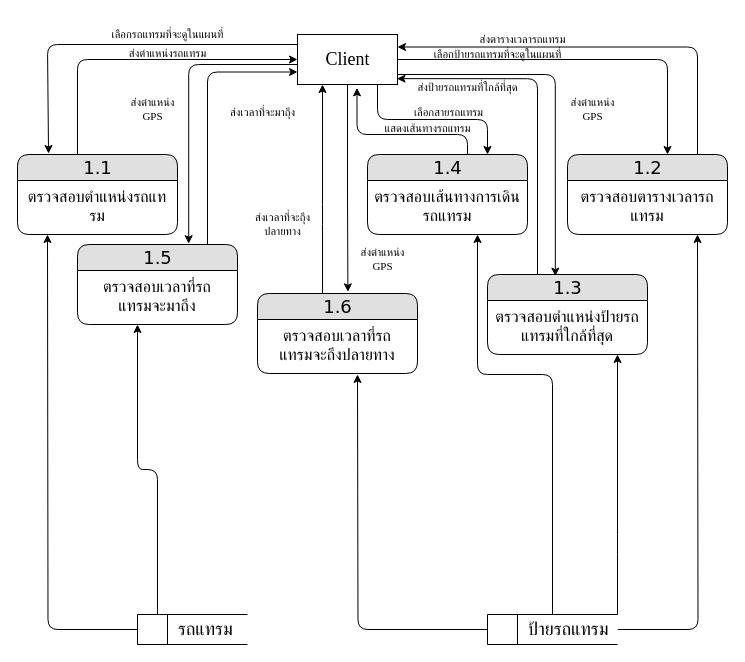
Domineice/Tram_tracking_draft keeps this draw.io diagram as page "1" (3 of 3) of data_flow.drawio. Above is the earlier version. Source tidied: cells renumbered, new cells numbered last; positions are measured from the earlier drawing's top-left corner, leaving out a move shared by most shapes. Both pictures are drawn from the tidied source at 100%, with x=0, y=0 at pixel (17, 17).
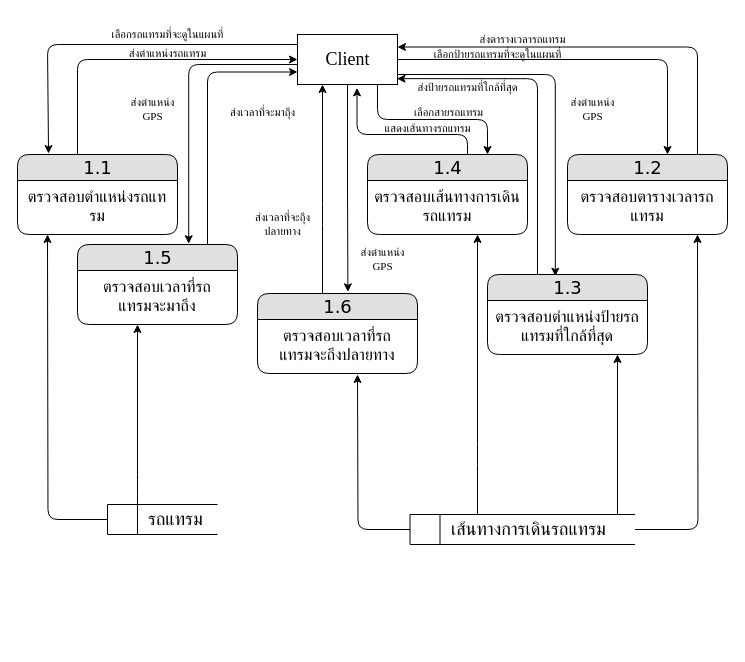
Above is the later version.

Change to the diagram source:
```diff
@@
     <mxCell id="10" style="edgeStyle=orthogonalEdgeStyle;rounded=1;jettySize=auto;html=1;fontFamily=Times New Roman;fontSize=11;" parent="1" edge="1" source="11">
       <mxGeometry relative="1" as="geometry">
         <mxPoint x="120" y="307" as="targetPoint" />
         <Array as="points">
-          <mxPoint x="140" y="452" />
-          <mxPoint x="120" y="452" />
+          <mxPoint x="120" y="467" />
+          <mxPoint x="120" y="467" />
         </Array>
       </mxGeometry>
     </mxCell>
     <mxCell id="11" value="&lt;span style=&quot;white-space: pre&quot;&gt;&#9;&lt;/span&gt;รถแทรม" style="html=1;dashed=0;whitespace=wrap;shape=mxgraph.dfd.dataStoreID;align=left;spacingLeft=3;points=[[0,0],[0.5,0],[1,0],[0,0.5],[1,0.5],[0,1],[0.5,1],[1,1]];fontFamily=Times New Roman;fontSize=18;" parent="1" vertex="1">
-      <mxGeometry x="120" y="597" width="110" height="30" as="geometry" />
+      <mxGeometry x="90" y="487" width="110" height="30" as="geometry" />
     </mxCell>
@@
-    <mxCell id="14" style="edgeStyle=orthogonalEdgeStyle;rounded=1;jettySize=auto;html=1;fontFamily=Times New Roman;fontSize=11;exitX=0.5;exitY=0;exitDx=0;exitDy=0;" parent="1" edge="1" source="16">
+    <mxCell id="14" style="edgeStyle=orthogonalEdgeStyle;rounded=1;jettySize=auto;html=1;fontFamily=Times New Roman;fontSize=11;" parent="1" edge="1" source="16">
       <mxGeometry relative="1" as="geometry">
         <mxPoint x="460" y="217" as="targetPoint" />
         <Array as="points">
-          <mxPoint x="535" y="357" />
-          <mxPoint x="460" y="357" />
-          <mxPoint x="460" y="217" />
+          <mxPoint x="460" y="437" />
+          <mxPoint x="460" y="437" />
         </Array>
       </mxGeometry>
     </mxCell>
@@
-    <mxCell id="16" value="&lt;span style=&quot;white-space: pre&quot;&gt;&#9;&lt;/span&gt;ป้ายรถแทรม" style="html=1;dashed=0;whitespace=wrap;shape=mxgraph.dfd.dataStoreID;align=left;spacingLeft=3;points=[[0,0],[0.5,0],[1,0],[0,0.5],[1,0.5],[0,1],[0.5,1],[1,1]];fontFamily=Times New Roman;fontSize=18;" parent="1" vertex="1">
-      <mxGeometry x="470" y="597" width="130" height="30" as="geometry" />
+    <mxCell id="16" value="&lt;span&gt;&#9;&lt;/span&gt;&lt;span style=&quot;white-space: pre&quot;&gt;&#9;&lt;/span&gt;เส้นทางการเดินรถแทรม" style="html=1;dashed=0;whitespace=wrap;shape=mxgraph.dfd.dataStoreID;align=left;spacingLeft=3;points=[[0,0],[0.5,0],[1,0],[0,0.5],[1,0.5],[0,1],[0.5,1],[1,1]];fontFamily=Times New Roman;fontSize=18;" parent="1" vertex="1">
+      <mxGeometry x="392.5" y="497" width="225" height="30" as="geometry" />
     </mxCell>
```
